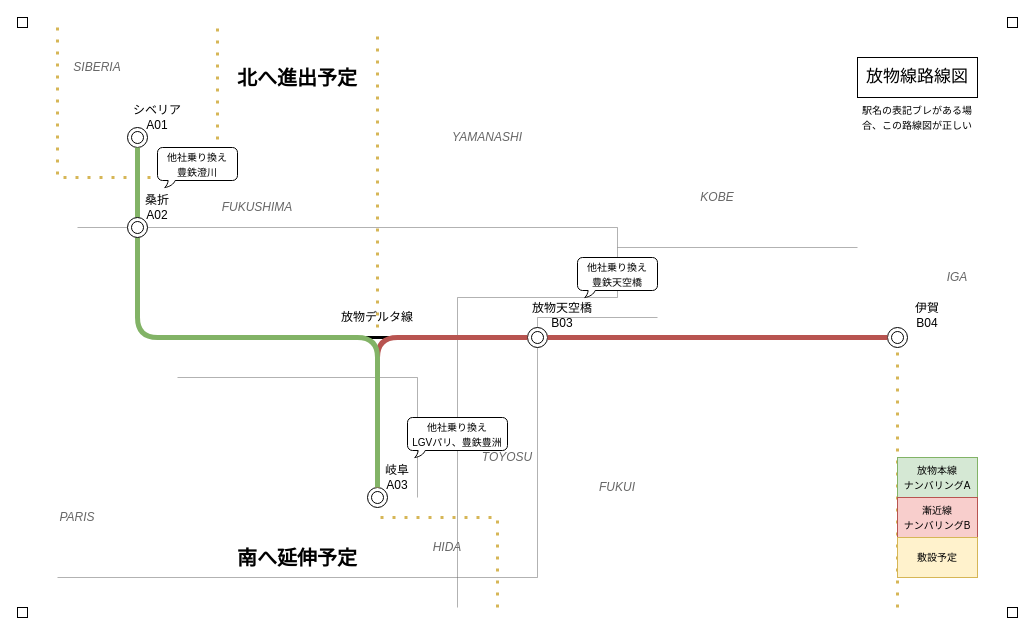
The draw.io diagram page "ページ1" (1 of 4) of バリン鯖放物線.drawio in chainsawsteel1/drawio-files, before the edit. Source tidied: cells renumbered, new cells numbered last; positions are measured from the earlier drawing's top-left corner, leaving out a move shared by most shapes. Both pictures are drawn from the tidied source at 100%, with x=0, y=0 at pixel (17, 17).
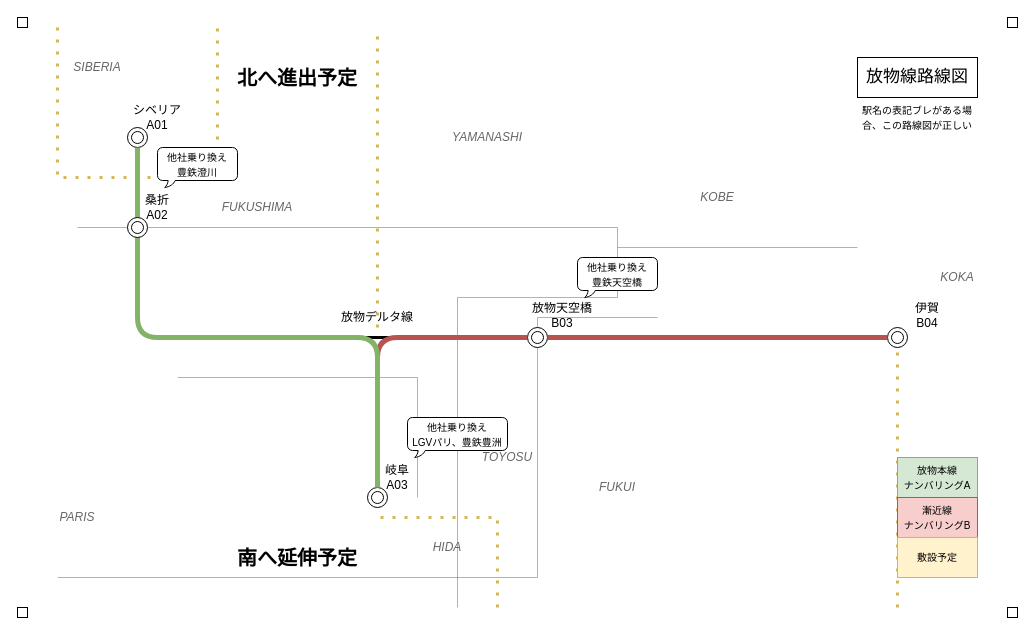
The same diagram, later.

Commit message:
バリン鯖放物線.drawio を更新します

What changed in the source:
```diff
@@
-    <mxCell id="46" value="&lt;font color=&quot;#666666&quot;&gt;&lt;i&gt;IGA&lt;/i&gt;&lt;/font&gt;" style="text;html=1;align=center;verticalAlign=middle;whiteSpace=wrap;rounded=0;" parent="1" vertex="1">
+    <mxCell id="46" value="&lt;font color=&quot;#666666&quot;&gt;&lt;i&gt;KOKA&lt;/i&gt;&lt;/font&gt;" style="text;html=1;align=center;verticalAlign=middle;whiteSpace=wrap;rounded=0;" parent="1" vertex="1">
       <mxGeometry x="900" y="250" width="80" height="20" as="geometry" />
     </mxCell>
```
